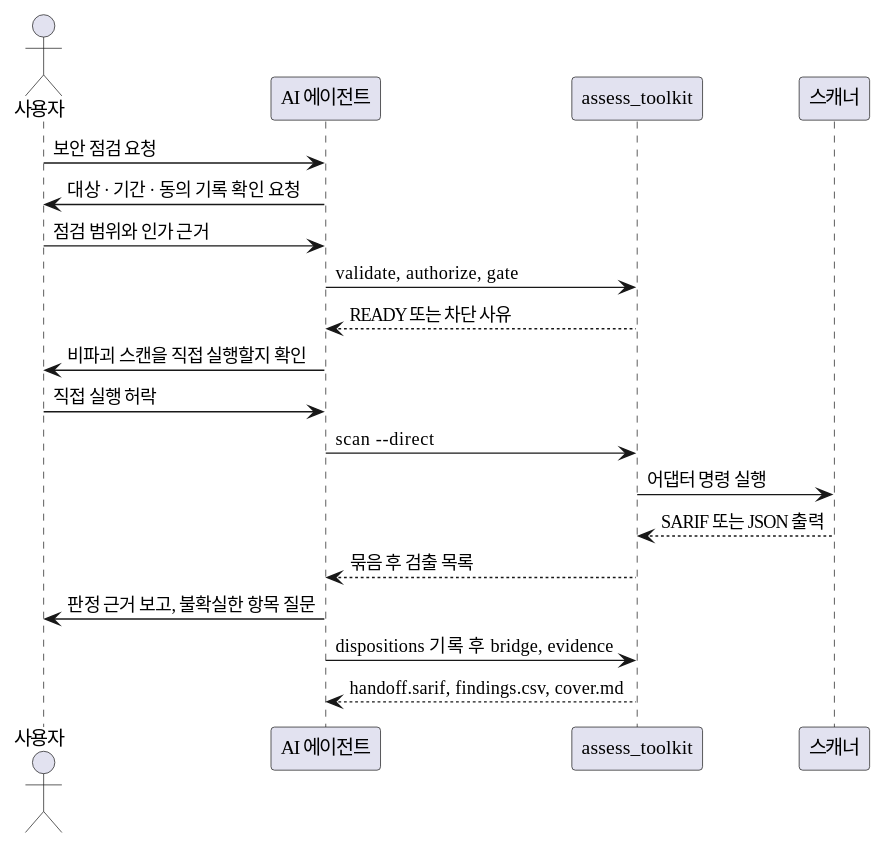
This is plugins/security-assessment/skills/security-assessment/toolkit/docs/diagrams/sequence.svg from seo0tak/agent-skills, a PlantUML export, as it was before one commit. Source of this version:
```plantuml
@startuml
skinparam shadowing false
skinparam backgroundColor #FFFFFF
skinparam defaultFontName "Apple SD Gothic Neo"
actor "사용자" as U
participant "AI 에이전트" as A
participant "assess_toolkit" as T
participant "스캐너" as S
U -> A: 보안 점검 요청
A -> U: 대상 · 기간 · 동의 기록 확인 요청
U -> A: 점검 범위와 인가 근거
A -> T: validate, authorize, gate
T --> A: READY 또는 차단 사유
A -> U: 비파괴 스캔을 직접 실행할지 확인
U -> A: 직접 실행 허락
A -> T: scan --direct
T -> S: 어댑터 명령 실행
S --> T: SARIF 또는 JSON 출력
T --> A: 묶음 후 검출 목록
A -> U: 판정 근거 보고, 불확실한 항목 질문
A -> T: dispositions 기록 후 bridge, evidence
T --> A: handoff.sarif, findings.csv, cover.md
@enduml
```
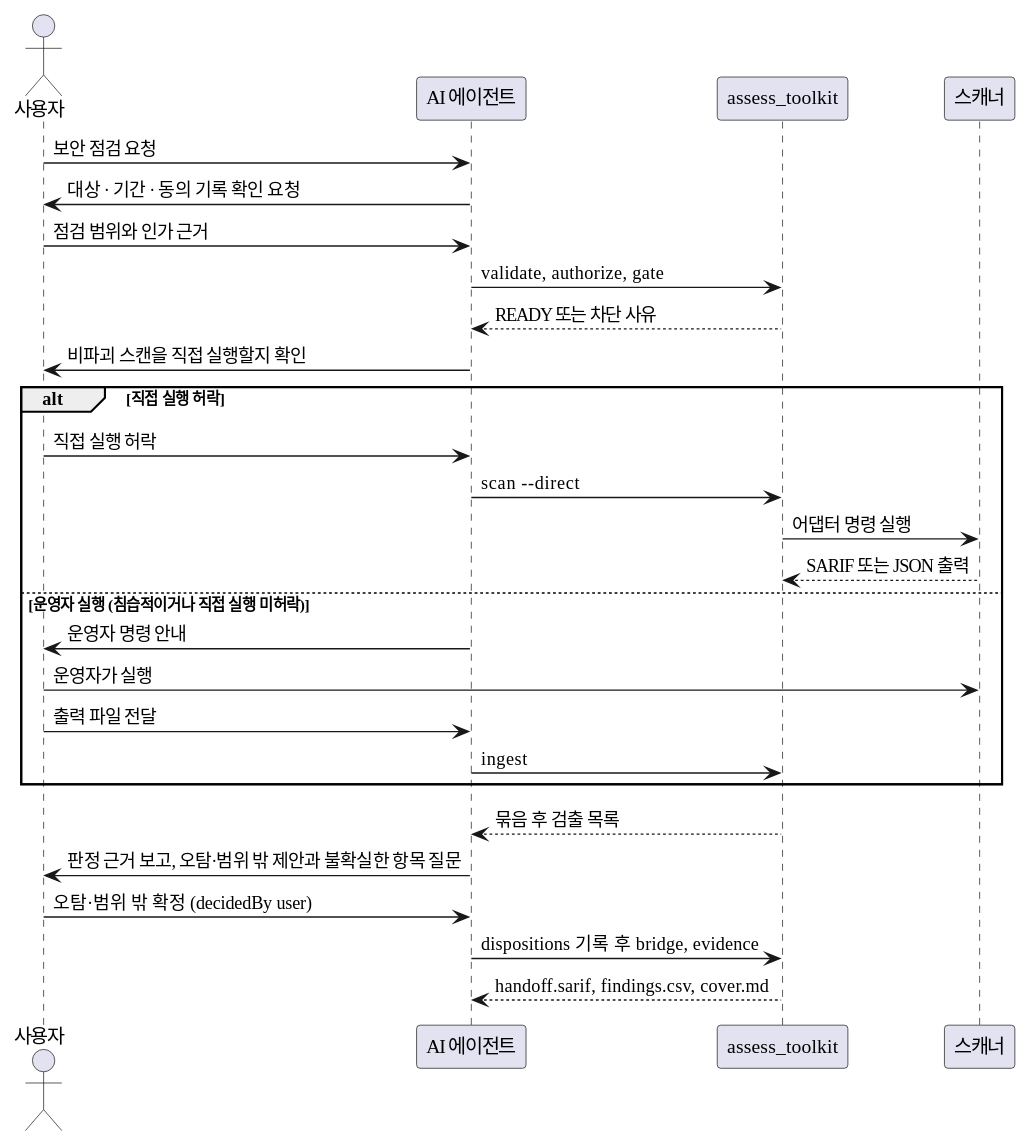
Above is the later version.

Diff of the diagram source:
```diff
@@ -12,12 +12,20 @@
 A -> T: validate, authorize, gate
 T --> A: READY 또는 차단 사유
 A -> U: 비파괴 스캔을 직접 실행할지 확인
-U -> A: 직접 실행 허락
-A -> T: scan --direct
-T -> S: 어댑터 명령 실행
-S --> T: SARIF 또는 JSON 출력
+alt 직접 실행 허락
+  U -> A: 직접 실행 허락
+  A -> T: scan --direct
+  T -> S: 어댑터 명령 실행
+  S --> T: SARIF 또는 JSON 출력
+else 운영자 실행 (침습적이거나 직접 실행 미허락)
+  A -> U: 운영자 명령 안내
+  U -> S: 운영자가 실행
+  U -> A: 출력 파일 전달
+  A -> T: ingest
+end
 T --> A: 묶음 후 검출 목록
-A -> U: 판정 근거 보고, 불확실한 항목 질문
+A -> U: 판정 근거 보고, 오탐·범위 밖 제안과 불확실한 항목 질문
+U -> A: 오탐·범위 밖 확정 (decidedBy user)
 A -> T: dispositions 기록 후 bridge, evidence
 T --> A: handoff.sarif, findings.csv, cover.md
 @enduml
```
